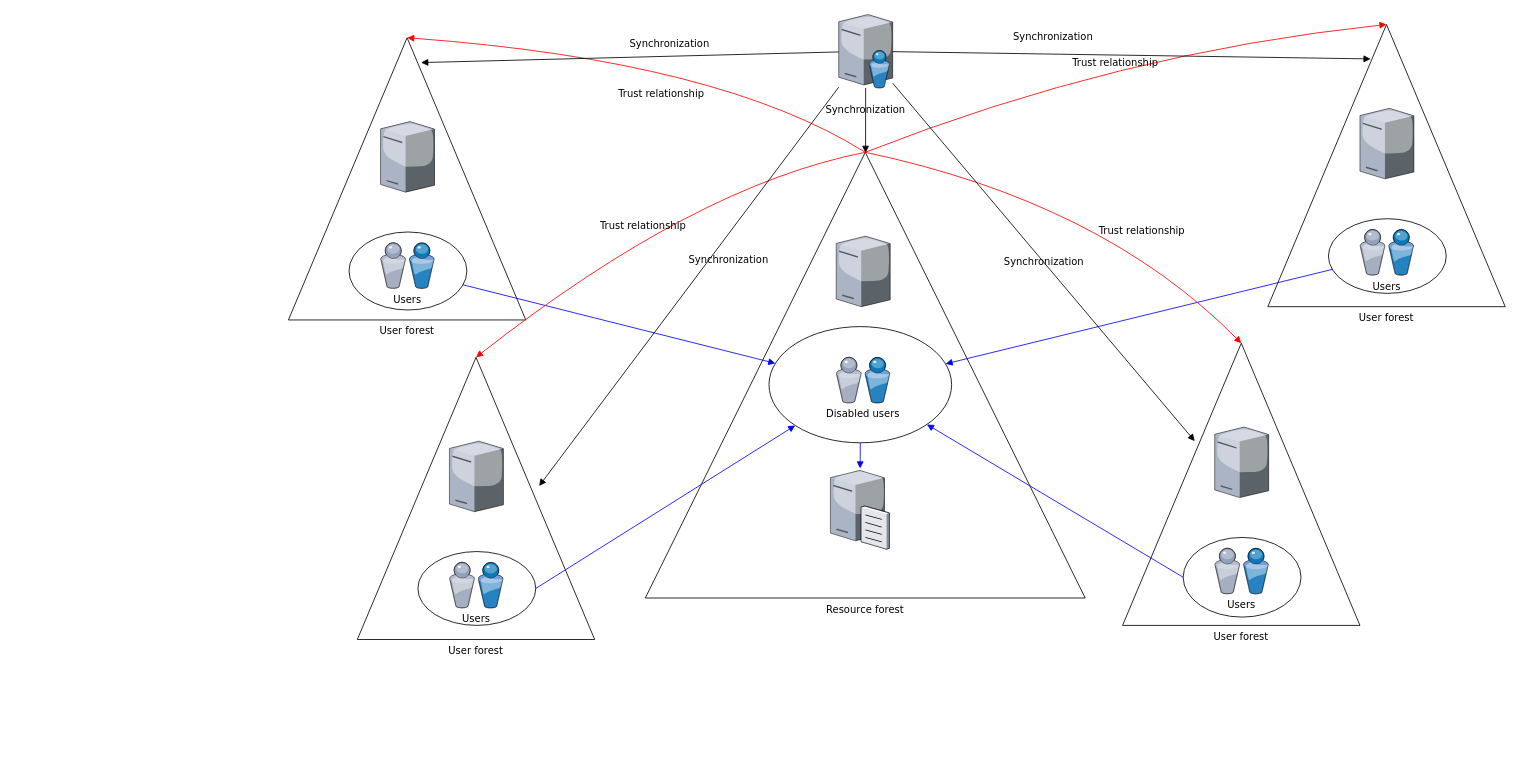
timewh/draw keeps this draw.io diagram as 未命名绘图.drawio. Above is the earlier version. Source tidied: cells renumbered, new cells numbered last; positions are measured from the earlier drawing's top-left corner, leaving out a move shared by most shapes. Both pictures are drawn from the tidied source at 83%, with x=0, y=0 at pixel (288, 14).
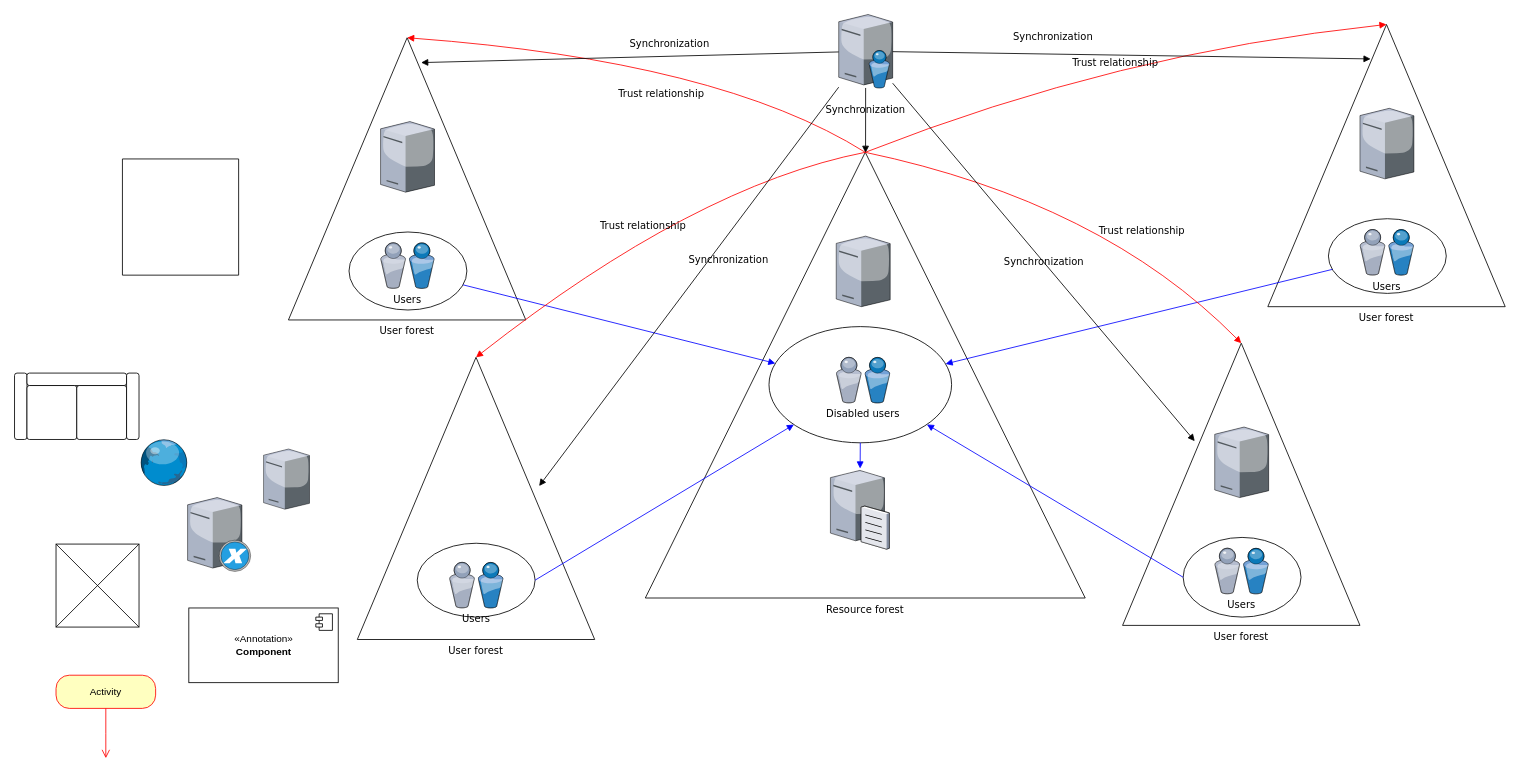
The same diagram, later.

Diff of the diagram source:
```diff
@@
     <mxCell id="25" style="ellipse;whiteSpace=wrap;html=1;rounded=0;shadow=0;comic=0;strokeWidth=1;fontFamily=Verdana;" parent="1" vertex="1">
-      <mxGeometry x="156" y="647" width="142" height="89" as="geometry" />
+      <mxGeometry x="155.2" y="637" width="142" height="89" as="geometry" />
     </mxCell>
@@
     <mxCell id="27" style="verticalLabelPosition=bottom;html=1;verticalAlign=top;strokeColor=none;shape=mxgraph.citrix.tower_server;rounded=0;shadow=0;comic=0;fontFamily=Verdana;" parent="1" vertex="1">
-      <mxGeometry x="194" y="514" width="65" height="85" as="geometry" />
+      <mxGeometry x="-30" y="523.5" width="55.4" height="72.5" as="geometry" />
     </mxCell>
@@
+    <mxCell id="38" style="swimlane;startSize=0;" parent="1" vertex="1">
+      <mxGeometry x="-200" y="174" width="140" height="140" as="geometry" />
+    </mxCell>
+    <mxCell id="39" style="verticalLabelPosition=bottom;sketch=0;html=1;verticalAlign=top;strokeColor=none;align=center;shape=mxgraph.citrix.globe;" parent="1" vertex="1">
+      <mxGeometry x="-180" y="511.5" width="58.5" height="55.9" as="geometry" />
+    </mxCell>
+    <mxCell id="40" style="verticalLabelPosition=bottom;sketch=0;html=1;verticalAlign=top;strokeColor=none;align=center;shape=mxgraph.citrix.xencenter;" parent="1" vertex="1">
+      <mxGeometry x="-121.5" y="582" width="76" height="89" as="geometry" />
+    </mxCell>
+    <mxCell id="41" style="verticalLabelPosition=bottom;html=1;verticalAlign=top;align=center;shape=mxgraph.floorplan.elevator;" parent="1" vertex="1">
+      <mxGeometry x="-280" y="638" width="100" height="100" as="geometry" />
+    </mxCell>
+    <mxCell id="42" style="verticalLabelPosition=bottom;html=1;verticalAlign=top;align=center;shape=mxgraph.floorplan.couch;" parent="1" vertex="1">
+      <mxGeometry x="-330" y="432" width="150" height="80" as="geometry" />
+    </mxCell>
+    <mxCell id="43" value="&amp;laquo;Annotation&amp;raquo;&lt;br/&gt;&lt;b&gt;Component&lt;/b&gt;" style="html=1;" parent="1" vertex="1">
+      <mxGeometry x="-120" y="715" width="180" height="90" as="geometry" />
+    </mxCell>
+    <mxCell id="44" style="shape=module;jettyWidth=8;jettyHeight=4;" parent="43" vertex="1">
+      <mxGeometry x="1" width="20" height="20" relative="1" as="geometry">
+        <mxPoint x="-27" y="7" as="offset" />
+      </mxGeometry>
+    </mxCell>
+    <mxCell id="45" value="Activity" style="rounded=1;whiteSpace=wrap;html=1;arcSize=40;fontColor=#000000;fillColor=#ffffc0;strokeColor=#ff0000;" parent="1" vertex="1">
+      <mxGeometry x="-280" y="796" width="120" height="40" as="geometry" />
+    </mxCell>
+    <mxCell id="46" style="edgeStyle=orthogonalEdgeStyle;html=1;verticalAlign=bottom;endArrow=open;endSize=8;strokeColor=#ff0000;rounded=0;" parent="1" edge="1" source="45">
+      <mxGeometry relative="1" as="geometry">
+        <mxPoint x="-220" y="896" as="targetPoint" />
+      </mxGeometry>
+    </mxCell>
```
